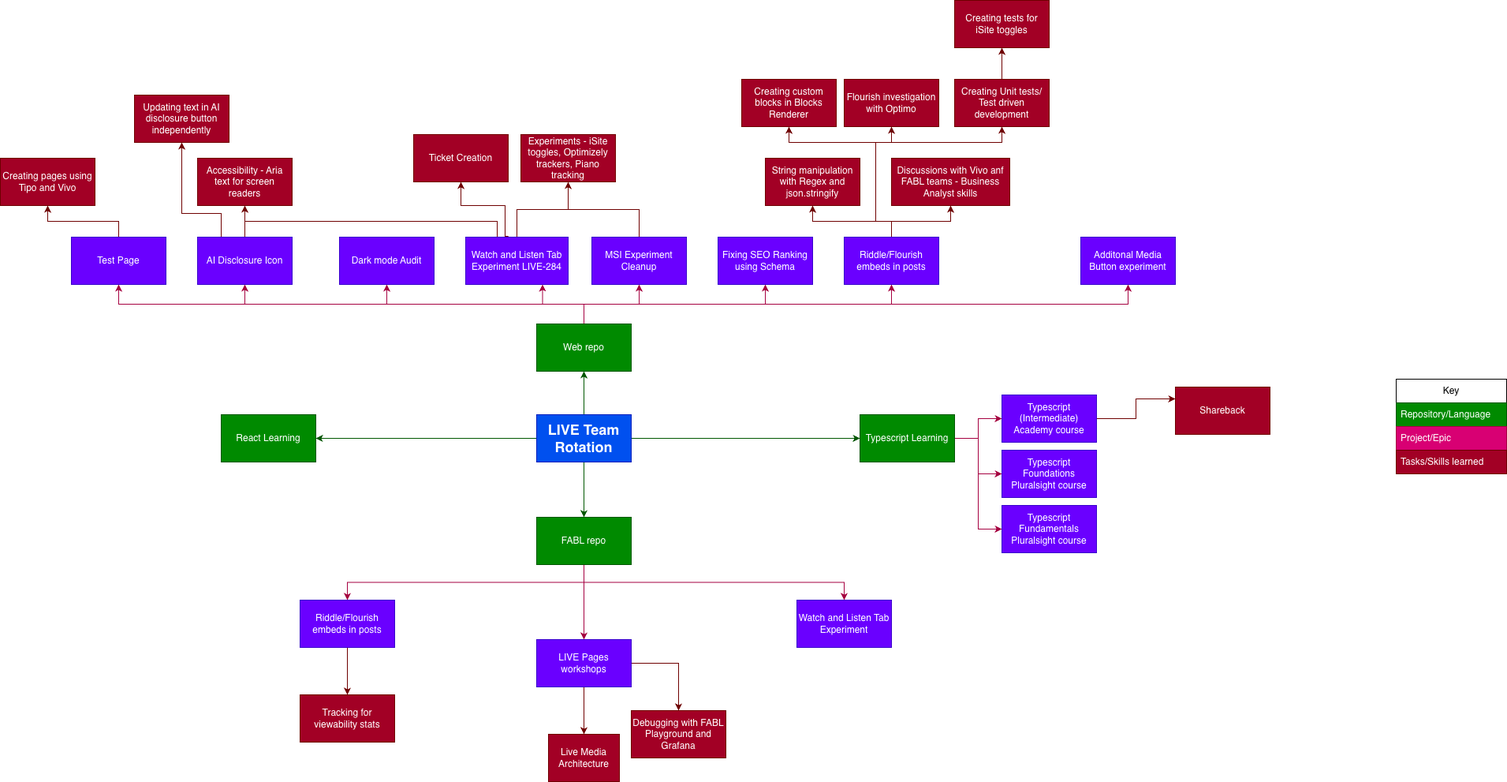
This is LIVE Mindmap.drawio.png from HalimahH-BBC/Mindmap, a draw.io export, as it was before one commit. Source tidied: cells renumbered, new cells last; positions are measured from the earlier drawing's top-left corner, leaving out a move shared by most shapes.
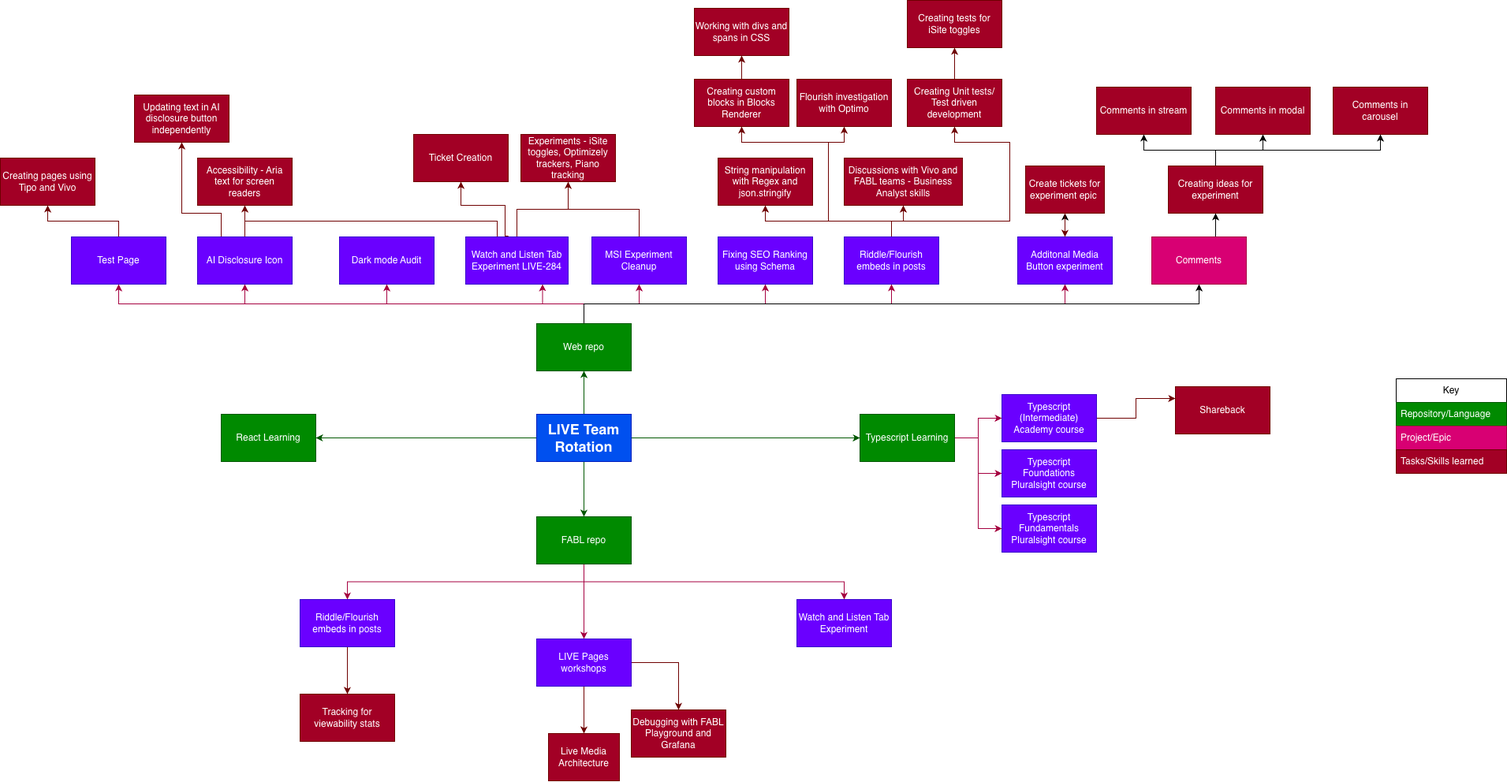
The same file after the commit.

What changed in the source:
```diff
@@ -26,6 +26,9 @@
     <mxCell id="9" style="edgeStyle=orthogonalEdgeStyle;rounded=0;jettySize=auto;html=1;exitX=0.5;exitY=0;exitDx=0;exitDy=0;entryX=0.5;entryY=1;entryDx=0;entryDy=0;fillColor=#d80073;strokeColor=#A50040;" parent="1" edge="1" source="10" target="74">
       <mxGeometry relative="1" as="geometry" />
     </mxCell>
+    <mxCell id="75" style="edgeStyle=orthogonalEdgeStyle;rounded=0;jettySize=auto;html=1;exitX=0.5;exitY=0;exitDx=0;exitDy=0;entryX=0.5;entryY=1;entryDx=0;entryDy=0;" parent="1" edge="1" source="10" target="82">
+      <mxGeometry relative="1" as="geometry" />
+    </mxCell>
     <mxCell id="10" value="Web repo" style="rounded=0;whiteSpace=wrap;html=1;fillColor=#008a00;fontColor=#ffffff;strokeColor=#005700;" parent="1" vertex="1">
       <mxGeometry x="680" y="410" width="120" height="60" as="geometry" />
     </mxCell>
@@ -168,9 +171,9 @@
       <mxGeometry relative="1" as="geometry">
         <Array as="points">
           <mxPoint x="1130" y="280" />
-          <mxPoint x="1110" y="280" />
-          <mxPoint x="1110" y="180" />
-          <mxPoint x="1000" y="180" />
+          <mxPoint x="1050" y="280" />
+          <mxPoint x="1050" y="180" />
+          <mxPoint x="940" y="180" />
         </Array>
       </mxGeometry>
     </mxCell>
@@ -178,9 +181,9 @@
       <mxGeometry relative="1" as="geometry">
         <Array as="points">
           <mxPoint x="1130" y="280" />
-          <mxPoint x="1110" y="280" />
-          <mxPoint x="1110" y="180" />
-          <mxPoint x="1130" y="180" />
+          <mxPoint x="1050" y="280" />
+          <mxPoint x="1050" y="180" />
+          <mxPoint x="1070" y="180" />
         </Array>
       </mxGeometry>
     </mxCell>
@@ -188,9 +191,9 @@
       <mxGeometry relative="1" as="geometry">
         <Array as="points">
           <mxPoint x="1130" y="280" />
-          <mxPoint x="1110" y="280" />
-          <mxPoint x="1110" y="180" />
-          <mxPoint x="1270" y="180" />
+          <mxPoint x="1280" y="280" />
+          <mxPoint x="1280" y="180" />
+          <mxPoint x="1210" y="180" />
         </Array>
       </mxGeometry>
     </mxCell>
@@ -204,7 +207,7 @@
       <mxGeometry x="524" y="170" width="120" height="60" as="geometry" />
     </mxCell>
     <mxCell id="55" value="String manipulation with Regex and json.stringify" style="rounded=0;whiteSpace=wrap;html=1;fillColor=#a20025;fontColor=#ffffff;strokeColor=#6F0000;" parent="1" vertex="1">
-      <mxGeometry x="970" y="200" width="120" height="60" as="geometry" />
+      <mxGeometry x="910" y="200" width="120" height="60" as="geometry" />
     </mxCell>
     <mxCell id="56" value="Key" style="swimlane;fontStyle=0;horizontal=1;startSize=30;whiteSpace=wrap;html=1;" parent="1" vertex="1">
       <mxGeometry x="1770" y="480" width="140" height="120" as="geometry" />
@@ -218,26 +221,29 @@
     <mxCell id="59" value="Tasks/Skills learned" style="text;strokeColor=#6F0000;fillColor=#a20025;align=left;verticalAlign=middle;spacingLeft=4;spacingRight=4;overflow=hidden;whiteSpace=wrap;html=1;fontColor=#ffffff;" parent="56" vertex="1">
       <mxGeometry y="90" width="140" height="30" as="geometry" />
     </mxCell>
+    <mxCell id="76" style="edgeStyle=orthogonalEdgeStyle;rounded=0;jettySize=auto;html=1;exitX=0.5;exitY=0;exitDx=0;exitDy=0;entryX=0.5;entryY=1;entryDx=0;entryDy=0;fillColor=#a20025;strokeColor=#6F0000;" parent="1" edge="1" source="60" target="80">
+      <mxGeometry relative="1" as="geometry" />
+    </mxCell>
     <mxCell id="60" value="Creating custom blocks in Blocks Renderer" style="rounded=0;whiteSpace=wrap;html=1;fillColor=#a20025;fontColor=#ffffff;strokeColor=#6F0000;" parent="1" vertex="1">
-      <mxGeometry x="940" y="100" width="120" height="60" as="geometry" />
+      <mxGeometry x="880" y="100" width="120" height="60" as="geometry" />
     </mxCell>
     <mxCell id="61" style="edgeStyle=orthogonalEdgeStyle;rounded=0;jettySize=auto;html=1;exitX=0.5;exitY=0;exitDx=0;exitDy=0;entryX=0.5;entryY=1;entryDx=0;entryDy=0;fillColor=#a20025;strokeColor=#6F0000;" parent="1" edge="1" source="62" target="63">
       <mxGeometry relative="1" as="geometry" />
     </mxCell>
     <mxCell id="62" value="Creating Unit tests/ Test driven development" style="rounded=0;whiteSpace=wrap;html=1;fillColor=#a20025;fontColor=#ffffff;strokeColor=#6F0000;" parent="1" vertex="1">
-      <mxGeometry x="1210" y="100" width="120" height="60" as="geometry" />
+      <mxGeometry x="1150" y="100" width="120" height="60" as="geometry" />
     </mxCell>
     <mxCell id="63" value="Creating tests for iSite toggles" style="rounded=0;whiteSpace=wrap;html=1;fillColor=#a20025;fontColor=#ffffff;strokeColor=#6F0000;" parent="1" vertex="1">
-      <mxGeometry x="1210" width="120" height="60" as="geometry" />
+      <mxGeometry x="1150" width="120" height="60" as="geometry" />
     </mxCell>
     <mxCell id="64" value="Flourish investigation with Optimo" style="rounded=0;whiteSpace=wrap;html=1;fillColor=#a20025;fontColor=#ffffff;strokeColor=#6F0000;" parent="1" vertex="1">
-      <mxGeometry x="1070" y="100" width="120" height="60" as="geometry" />
+      <mxGeometry x="1010" y="100" width="120" height="60" as="geometry" />
     </mxCell>
     <mxCell id="65" value="Updating text in AI disclosure button independently" style="rounded=0;whiteSpace=wrap;html=1;fillColor=#a20025;fontColor=#ffffff;strokeColor=#6F0000;" parent="1" vertex="1">
       <mxGeometry x="170" y="120" width="120" height="60" as="geometry" />
     </mxCell>
-    <mxCell id="66" value="Discussions with Vivo anf FABL teams - Business Analyst skills" style="rounded=0;whiteSpace=wrap;html=1;fillColor=#a20025;fontColor=#ffffff;strokeColor=#6F0000;" parent="1" vertex="1">
-      <mxGeometry x="1130" y="200" width="150" height="60" as="geometry" />
+    <mxCell id="66" value="Discussions with Vivo and FABL teams - Business Analyst skills" style="rounded=0;whiteSpace=wrap;html=1;fillColor=#a20025;fontColor=#ffffff;strokeColor=#6F0000;" parent="1" vertex="1">
+      <mxGeometry x="1070" y="200" width="150" height="60" as="geometry" />
     </mxCell>
     <mxCell id="67" value="Watch and Listen Tab Experiment" style="rounded=0;whiteSpace=wrap;html=1;fillColor=#6a00ff;strokeColor=#3700CC;fontColor=#ffffff;" parent="1" vertex="1">
       <mxGeometry x="1010" y="760" width="120" height="60" as="geometry" />
@@ -260,8 +266,52 @@
     <mxCell id="73" value="Tracking for viewability stats" style="rounded=0;whiteSpace=wrap;html=1;fillColor=#a20025;strokeColor=#6F0000;fontColor=#ffffff;" parent="1" vertex="1">
       <mxGeometry x="380" y="880" width="120" height="60" as="geometry" />
     </mxCell>
+    <mxCell id="77" style="edgeStyle=orthogonalEdgeStyle;rounded=0;jettySize=auto;html=1;exitX=0.5;exitY=0;exitDx=0;exitDy=0;entryX=0.5;entryY=1;entryDx=0;entryDy=0;" parent="1" edge="1" source="74" target="79">
+      <mxGeometry relative="1" as="geometry" />
+    </mxCell>
     <mxCell id="74" value="Additonal Media Button experiment" style="rounded=0;whiteSpace=wrap;html=1;fillColor=#6a00ff;strokeColor=#3700CC;fontColor=#ffffff;" parent="1" vertex="1">
-      <mxGeometry x="1370" y="300" width="120" height="60" as="geometry" />
+      <mxGeometry x="1290" y="300" width="120" height="60" as="geometry" />
     </mxCell>
+    <mxCell id="78" style="edgeStyle=orthogonalEdgeStyle;rounded=0;jettySize=auto;html=1;fillColor=#a20025;strokeColor=#6F0000;" parent="1" edge="1" source="79" target="74">
+      <mxGeometry relative="1" as="geometry">
+        <Array as="points">
+          <mxPoint x="1350" y="280" />
+          <mxPoint x="1350" y="280" />
+        </Array>
+      </mxGeometry>
+    </mxCell>
+    <mxCell id="79" value="Create tickets for experiment epic&amp;nbsp;" style="rounded=0;whiteSpace=wrap;html=1;fillColor=#a20025;fontColor=#ffffff;strokeColor=#6F0000;" parent="1" vertex="1">
+      <mxGeometry x="1300" y="210" width="100" height="60" as="geometry" />
+    </mxCell>
+    <mxCell id="80" value="Working with divs and spans in CSS" style="rounded=0;whiteSpace=wrap;html=1;fillColor=#a20025;fontColor=#ffffff;strokeColor=#6F0000;" parent="1" vertex="1">
+      <mxGeometry x="880" y="10" width="120" height="60" as="geometry" />
+    </mxCell>
+    <mxCell id="81" style="edgeStyle=orthogonalEdgeStyle;rounded=0;jettySize=auto;html=1;exitX=0.5;exitY=0;exitDx=0;exitDy=0;entryX=0.5;entryY=1;entryDx=0;entryDy=0;" parent="1" edge="1" source="82" target="86">
+      <mxGeometry relative="1" as="geometry" />
+    </mxCell>
+    <mxCell id="82" value="Comments" style="rounded=0;whiteSpace=wrap;html=1;fillColor=#d80073;fontColor=#ffffff;strokeColor=#A50040;" parent="1" vertex="1">
+      <mxGeometry x="1460" y="300" width="120" height="60" as="geometry" />
+    </mxCell>
+    <mxCell id="83" style="edgeStyle=orthogonalEdgeStyle;rounded=0;jettySize=auto;html=1;exitX=0.5;exitY=0;exitDx=0;exitDy=0;entryX=0.5;entryY=1;entryDx=0;entryDy=0;" parent="1" edge="1" source="86" target="87">
+      <mxGeometry relative="1" as="geometry" />
+    </mxCell>
+    <mxCell id="84" style="edgeStyle=orthogonalEdgeStyle;rounded=0;jettySize=auto;html=1;exitX=0.5;exitY=0;exitDx=0;exitDy=0;entryX=0.5;entryY=1;entryDx=0;entryDy=0;" parent="1" edge="1" source="86" target="88">
+      <mxGeometry relative="1" as="geometry" />
+    </mxCell>
+    <mxCell id="85" style="edgeStyle=orthogonalEdgeStyle;rounded=0;jettySize=auto;html=1;exitX=0.5;exitY=0;exitDx=0;exitDy=0;entryX=0.5;entryY=1;entryDx=0;entryDy=0;" parent="1" edge="1" source="86" target="89">
+      <mxGeometry relative="1" as="geometry" />
+    </mxCell>
+    <mxCell id="86" value="Creating ideas for experiment" style="rounded=0;whiteSpace=wrap;html=1;fillColor=#a20025;fontColor=#ffffff;strokeColor=#6F0000;" parent="1" vertex="1">
+      <mxGeometry x="1481" y="210" width="120" height="60" as="geometry" />
+    </mxCell>
+    <mxCell id="87" value="Comments in stream" style="rounded=0;whiteSpace=wrap;html=1;fillColor=#a20025;fontColor=#ffffff;strokeColor=#6F0000;" parent="1" vertex="1">
+      <mxGeometry x="1390" y="110" width="120" height="60" as="geometry" />
+    </mxCell>
+    <mxCell id="88" value="Comments in modal" style="rounded=0;whiteSpace=wrap;html=1;fillColor=#a20025;fontColor=#ffffff;strokeColor=#6F0000;" parent="1" vertex="1">
+      <mxGeometry x="1541" y="110" width="120" height="60" as="geometry" />
+    </mxCell>
+    <mxCell id="89" value="Comments in carousel" style="rounded=0;whiteSpace=wrap;html=1;fillColor=#a20025;fontColor=#ffffff;strokeColor=#6F0000;" parent="1" vertex="1">
+      <mxGeometry x="1690" y="110" width="120" height="60" as="geometry" />
+    </mxCell>
   </root>
 </mxGraphModel>
```
